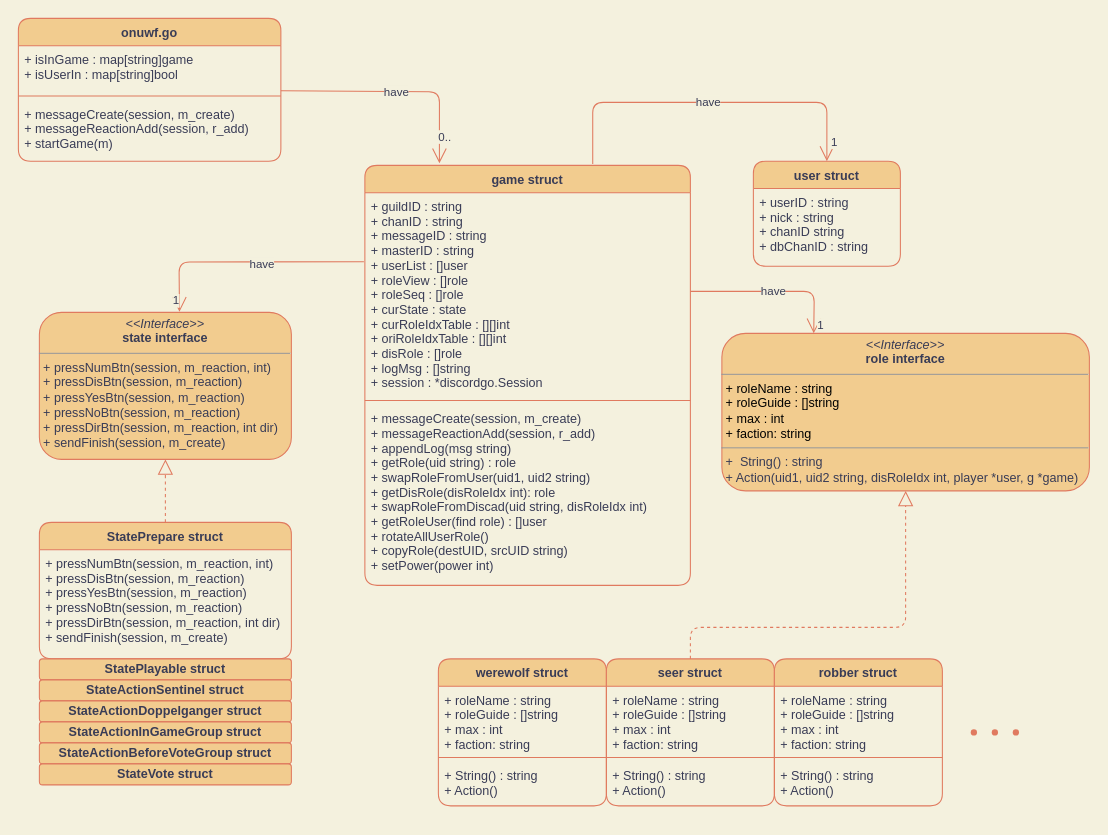
Earlier version of the draw.io diagram struct_diagram.drawio (splkm97/ONUWF). Source tidied: cells renumbered, new cells numbered last; positions are measured from the earlier drawing's top-left corner, leaving out a move shared by most shapes. Both pictures are drawn from the tidied source at 105%, with x=0, y=0 at pixel (18, 18).
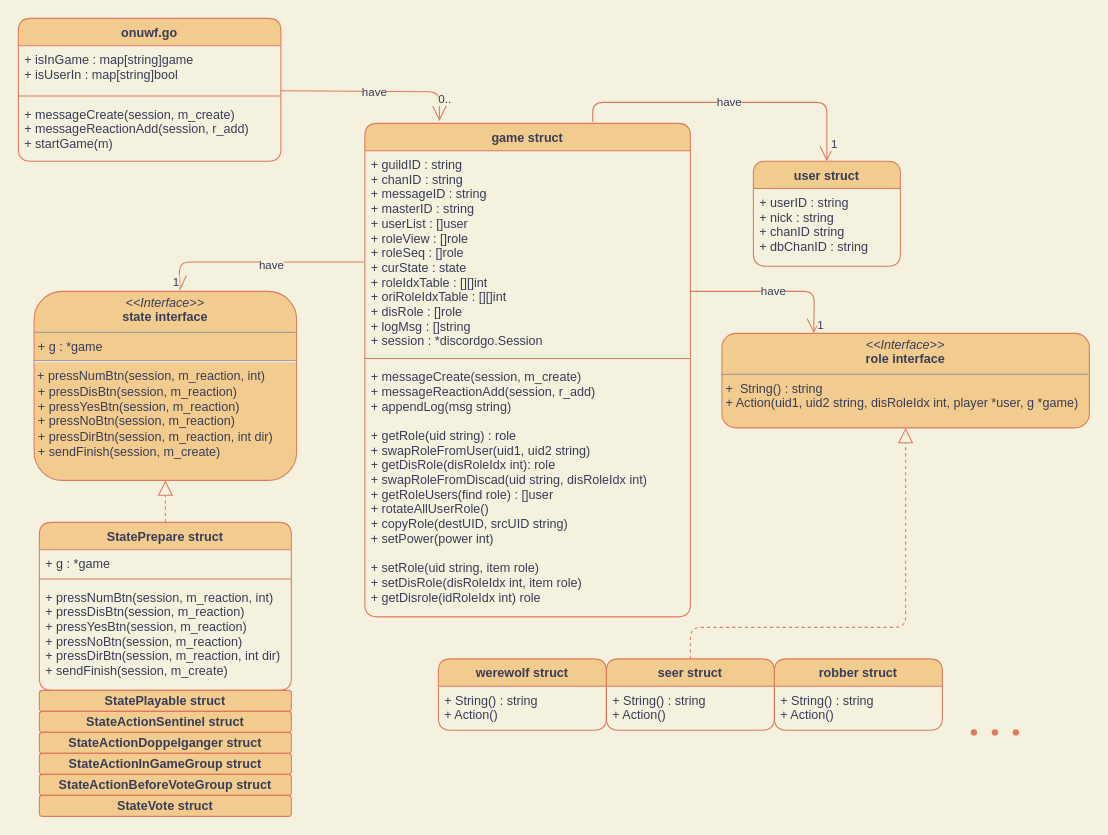
Above is the later version.

Commit message (it also covers changes not shown here):
update struct_diagram.drawio and remove addRole() in game.go move to state func

Change to the diagram source:
```diff
@@
     <mxCell id="6" value="game struct" style="swimlane;fontStyle=1;align=center;verticalAlign=top;horizontal=1;startSize=26;fontColor=#393C56;strokeColor=#E07A5F;fillColor=#F2CC8F;rounded=1;" parent="1" vertex="1">
-      <mxGeometry x="330" y="140" width="310" height="400" as="geometry" />
+      <mxGeometry x="330" y="100" width="310" height="470" as="geometry" />
     </mxCell>
-    <mxCell id="7" value="+ guildID : string&#10;+ chanID : string&#10;+ messageID : string&#10;+ masterID : string&#10;+ userList : []user&#10;+ roleView : []role&#10;+ roleSeq : []role&#10;+ curState : state&#10;+ curRoleIdxTable : [][]int&#10;+ oriRoleIdxTable : [][]int&#10;+ disRole : []role&#10;+ logMsg : []string&#10;+ session : *discordgo.Session" style="text;strokeColor=none;fillColor=none;align=left;verticalAlign=top;spacingLeft=4;spacingRight=4;overflow=hidden;points=[[0,0.5],[1,0.5]];portConstraint=eastwest;fontColor=#393C56;rounded=1;" parent="6" vertex="1">
+    <mxCell id="7" value="+ guildID : string&#10;+ chanID : string&#10;+ messageID : string&#10;+ masterID : string&#10;+ userList : []user&#10;+ roleView : []role&#10;+ roleSeq : []role&#10;+ curState : state&#10;+ roleIdxTable : [][]int&#10;+ oriRoleIdxTable : [][]int&#10;+ disRole : []role&#10;+ logMsg : []string&#10;+ session : *discordgo.Session" style="text;strokeColor=none;fillColor=none;align=left;verticalAlign=top;spacingLeft=4;spacingRight=4;overflow=hidden;points=[[0,0.5],[1,0.5]];portConstraint=eastwest;fontColor=#393C56;rounded=1;" parent="6" vertex="1">
       <mxGeometry y="26" width="310" height="194" as="geometry" />
     </mxCell>
@@
-    <mxCell id="9" value="+ messageCreate(session, m_create)&#10;+ messageReactionAdd(session, r_add)&#10;+ appendLog(msg string)&#10;+ getRole(uid string) : role&#10;+ swapRoleFromUser(uid1, uid2 string)&#10;+ getDisRole(disRoleIdx int): role&#10;+ swapRoleFromDiscad(uid string, disRoleIdx int)&#10;+ getRoleUser(find role) : []user&#10;+ rotateAllUserRole()&#10;+ copyRole(destUID, srcUID string)&#10;+ setPower(power int)" style="text;strokeColor=none;fillColor=none;align=left;verticalAlign=top;spacingLeft=4;spacingRight=4;overflow=hidden;fontColor=#393C56;rounded=1;" parent="6" vertex="1">
-      <mxGeometry y="228" width="310" height="172" as="geometry" />
+    <mxCell id="9" value="+ messageCreate(session, m_create)&#10;+ messageReactionAdd(session, r_add)&#10;+ appendLog(msg string)&#10;&#10;+ getRole(uid string) : role&#10;+ swapRoleFromUser(uid1, uid2 string)&#10;+ getDisRole(disRoleIdx int): role&#10;+ swapRoleFromDiscad(uid string, disRoleIdx int)&#10;+ getRoleUsers(find role) : []user&#10;+ rotateAllUserRole()&#10;+ copyRole(destUID, srcUID string)&#10;+ setPower(power int)&#10;&#10;+ setRole(uid string, item role)&#10;+ setDisRole(disRoleIdx int, item role)&#10;+ getDisrole(idRoleIdx int) role" style="text;strokeColor=none;fillColor=none;align=left;verticalAlign=top;spacingLeft=4;spacingRight=4;overflow=hidden;fontColor=#393C56;rounded=1;" parent="6" vertex="1">
+      <mxGeometry y="228" width="310" height="242" as="geometry" />
     </mxCell>
     <mxCell id="10" value="werewolf struct" style="swimlane;fontStyle=1;align=center;verticalAlign=top;horizontal=1;startSize=26;fontColor=#393C56;strokeColor=#E07A5F;fillColor=#F2CC8F;rounded=1;" parent="1" vertex="1">
-      <mxGeometry x="400" y="610" width="160" height="140" as="geometry" />
+      <mxGeometry x="400" y="610" width="160" height="68" as="geometry" />
     </mxCell>
-    <mxCell id="11" value="+ roleName : string&#10;+ roleGuide : []string&#10;+ max : int&#10;+ faction: string" style="text;strokeColor=none;fillColor=none;align=left;verticalAlign=top;spacingLeft=4;spacingRight=4;overflow=hidden;fontColor=#393C56;rounded=1;" parent="10" vertex="1">
-      <mxGeometry y="26" width="160" height="64" as="geometry" />
-    </mxCell>
-    <mxCell id="12" style="line;strokeWidth=1;fillColor=none;align=left;verticalAlign=middle;spacingTop=-1;spacingLeft=3;spacingRight=3;labelPosition=right;strokeColor=#E07A5F;fontColor=#393C56;labelBackgroundColor=#F4F1DE;rounded=1;" parent="10" vertex="1">
-      <mxGeometry y="90" width="160" height="8" as="geometry" />
-    </mxCell>
     <mxCell id="13" value="+ String() : string&#10;+ Action()" style="text;strokeColor=none;fillColor=none;align=left;verticalAlign=top;spacingLeft=4;spacingRight=4;overflow=hidden;fontColor=#393C56;rounded=1;" parent="10" vertex="1">
-      <mxGeometry y="98" width="160" height="42" as="geometry" />
+      <mxGeometry y="26" width="160" height="42" as="geometry" />
     </mxCell>
-    <mxCell id="14" value="&lt;p style=&quot;margin: 0px ; margin-top: 4px ; text-align: center&quot;&gt;&lt;i&gt;&amp;lt;&amp;lt;Interface&amp;gt;&amp;gt;&lt;/i&gt;&lt;br&gt;&lt;b&gt;role interface&lt;/b&gt;&lt;/p&gt;&lt;hr size=&quot;1&quot;&gt;&lt;p style=&quot;margin: 0px ; margin-left: 4px&quot;&gt;&lt;span style=&quot;color: rgb(0 , 0 , 0)&quot;&gt;+ roleName : string&lt;/span&gt;&lt;br style=&quot;padding: 0px ; margin: 0px ; color: rgb(0 , 0 , 0)&quot;&gt;&lt;span style=&quot;color: rgb(0 , 0 , 0)&quot;&gt;+ roleGuide : []string&lt;/span&gt;&lt;br style=&quot;padding: 0px ; margin: 0px ; color: rgb(0 , 0 , 0)&quot;&gt;&lt;span style=&quot;color: rgb(0 , 0 , 0)&quot;&gt;+ max : int&lt;/span&gt;&lt;br style=&quot;padding: 0px ; margin: 0px ; color: rgb(0 , 0 , 0)&quot;&gt;&lt;span style=&quot;color: rgb(0 , 0 , 0)&quot;&gt;+ faction: string&lt;/span&gt;&lt;br&gt;&lt;/p&gt;&lt;hr size=&quot;1&quot;&gt;&lt;p style=&quot;margin: 0px ; margin-left: 4px&quot;&gt;+ &amp;nbsp;String() : string&lt;/p&gt;&lt;p style=&quot;margin: 0px 0px 0px 4px&quot;&gt;+ Action(uid1, uid2 string, disRoleIdx int, player *user, g *game)&lt;/p&gt;" style="verticalAlign=top;align=left;overflow=fill;fontSize=12;fontFamily=Helvetica;html=1;fontColor=#393C56;strokeColor=#E07A5F;fillColor=#F2CC8F;rounded=1;" parent="1" vertex="1">
-      <mxGeometry x="670" y="300" width="350" height="150" as="geometry" />
+    <mxCell id="14" value="&lt;p style=&quot;margin: 0px ; margin-top: 4px ; text-align: center&quot;&gt;&lt;i&gt;&amp;lt;&amp;lt;Interface&amp;gt;&amp;gt;&lt;/i&gt;&lt;br&gt;&lt;b&gt;role interface&lt;/b&gt;&lt;/p&gt;&lt;hr size=&quot;1&quot;&gt;&lt;p style=&quot;margin: 0px ; margin-left: 4px&quot;&gt;+ &amp;nbsp;String() : string&lt;/p&gt;&lt;p style=&quot;margin: 0px 0px 0px 4px&quot;&gt;+ Action(uid1, uid2 string, disRoleIdx int, player *user, g *game)&lt;/p&gt;" style="verticalAlign=top;align=left;overflow=fill;fontSize=12;fontFamily=Helvetica;html=1;fontColor=#393C56;strokeColor=#E07A5F;fillColor=#F2CC8F;rounded=1;" parent="1" vertex="1">
+      <mxGeometry x="670" y="300" width="350" height="90" as="geometry" />
     </mxCell>
@@
     <mxCell id="18" value="seer struct" style="swimlane;fontStyle=1;align=center;verticalAlign=top;horizontal=1;startSize=26;fontColor=#393C56;strokeColor=#E07A5F;fillColor=#F2CC8F;rounded=1;" parent="1" vertex="1">
-      <mxGeometry x="560" y="610" width="160" height="140" as="geometry" />
+      <mxGeometry x="560" y="610" width="160" height="68" as="geometry" />
     </mxCell>
-    <mxCell id="19" value="+ roleName : string&#10;+ roleGuide : []string&#10;+ max : int&#10;+ faction: string" style="text;strokeColor=none;fillColor=none;align=left;verticalAlign=top;spacingLeft=4;spacingRight=4;overflow=hidden;fontColor=#393C56;rounded=1;" parent="18" vertex="1">
-      <mxGeometry y="26" width="160" height="64" as="geometry" />
-    </mxCell>
-    <mxCell id="20" style="line;strokeWidth=1;fillColor=none;align=left;verticalAlign=middle;spacingTop=-1;spacingLeft=3;spacingRight=3;labelPosition=right;strokeColor=#E07A5F;fontColor=#393C56;labelBackgroundColor=#F4F1DE;rounded=1;" parent="18" vertex="1">
-      <mxGeometry y="90" width="160" height="8" as="geometry" />
-    </mxCell>
     <mxCell id="21" value="+ String() : string&#10;+ Action()" style="text;strokeColor=none;fillColor=none;align=left;verticalAlign=top;spacingLeft=4;spacingRight=4;overflow=hidden;fontColor=#393C56;rounded=1;" parent="18" vertex="1">
-      <mxGeometry y="98" width="160" height="42" as="geometry" />
+      <mxGeometry y="26" width="160" height="42" as="geometry" />
     </mxCell>
     <mxCell id="22" value="robber struct" style="swimlane;fontStyle=1;align=center;verticalAlign=top;horizontal=1;startSize=26;fontColor=#393C56;strokeColor=#E07A5F;fillColor=#F2CC8F;rounded=1;" parent="1" vertex="1">
-      <mxGeometry x="720" y="610" width="160" height="140" as="geometry" />
+      <mxGeometry x="720" y="610" width="160" height="68" as="geometry" />
     </mxCell>
-    <mxCell id="23" value="+ roleName : string&#10;+ roleGuide : []string&#10;+ max : int&#10;+ faction: string" style="text;strokeColor=none;fillColor=none;align=left;verticalAlign=top;spacingLeft=4;spacingRight=4;overflow=hidden;fontColor=#393C56;rounded=1;" parent="22" vertex="1">
-      <mxGeometry y="26" width="160" height="64" as="geometry" />
-    </mxCell>
-    <mxCell id="24" style="line;strokeWidth=1;fillColor=none;align=left;verticalAlign=middle;spacingTop=-1;spacingLeft=3;spacingRight=3;labelPosition=right;strokeColor=#E07A5F;fontColor=#393C56;labelBackgroundColor=#F4F1DE;rounded=1;" parent="22" vertex="1">
-      <mxGeometry y="90" width="160" height="8" as="geometry" />
-    </mxCell>
     <mxCell id="25" value="+ String() : string&#10;+ Action()" style="text;strokeColor=none;fillColor=none;align=left;verticalAlign=top;spacingLeft=4;spacingRight=4;overflow=hidden;fontColor=#393C56;rounded=1;" parent="22" vertex="1">
-      <mxGeometry y="98" width="160" height="42" as="geometry" />
+      <mxGeometry y="26" width="160" height="42" as="geometry" />
     </mxCell>
-    <mxCell id="26" value="&lt;p style=&quot;margin: 0px ; margin-top: 4px ; text-align: center&quot;&gt;&lt;i&gt;&amp;lt;&amp;lt;Interface&amp;gt;&amp;gt;&lt;/i&gt;&lt;br&gt;&lt;b&gt;state interface&lt;/b&gt;&lt;/p&gt;&lt;hr size=&quot;1&quot;&gt;&lt;p style=&quot;margin: 0px ; margin-left: 4px&quot;&gt;+ pressNumBtn(session, m_reaction, int)&lt;/p&gt;&lt;p style=&quot;margin: 0px ; margin-left: 4px&quot;&gt;+ pressDisBtn(session, m_reaction)&lt;/p&gt;&lt;p style=&quot;margin: 0px ; margin-left: 4px&quot;&gt;+ pressYesBtn(session, m_reaction)&lt;/p&gt;&lt;p style=&quot;margin: 0px ; margin-left: 4px&quot;&gt;+ pressNoBtn(session, m_reaction)&lt;/p&gt;&lt;p style=&quot;margin: 0px ; margin-left: 4px&quot;&gt;+ pressDirBtn(session, m_reaction, int dir)&lt;/p&gt;&lt;p style=&quot;margin: 0px ; margin-left: 4px&quot;&gt;+ sendFinish(session, m_create)&lt;/p&gt;" style="verticalAlign=top;align=left;overflow=fill;fontSize=12;fontFamily=Helvetica;html=1;fontColor=#393C56;strokeColor=#E07A5F;fillColor=#F2CC8F;rounded=1;" parent="1" vertex="1">
-      <mxGeometry x="20" y="280" width="240" height="140" as="geometry" />
+    <mxCell id="26" value="&lt;p style=&quot;margin: 0px ; margin-top: 4px ; text-align: center&quot;&gt;&lt;i&gt;&amp;lt;&amp;lt;Interface&amp;gt;&amp;gt;&lt;/i&gt;&lt;br&gt;&lt;b&gt;state interface&lt;/b&gt;&lt;/p&gt;&lt;hr size=&quot;1&quot;&gt;&lt;p style=&quot;margin: 0px ; margin-left: 4px&quot;&gt;+ g : *game&lt;/p&gt;&lt;hr&gt;&lt;span&gt;&amp;nbsp;+ pressNumBtn(session, m_reaction, int)&lt;/span&gt;&lt;p style=&quot;margin: 0px 0px 0px 4px&quot;&gt;+ pressDisBtn(session, m_reaction)&lt;/p&gt;&lt;p style=&quot;margin: 0px 0px 0px 4px&quot;&gt;+ pressYesBtn(session, m_reaction)&lt;/p&gt;&lt;p style=&quot;margin: 0px 0px 0px 4px&quot;&gt;+ pressNoBtn(session, m_reaction)&lt;/p&gt;&lt;p style=&quot;margin: 0px 0px 0px 4px&quot;&gt;+ pressDirBtn(session, m_reaction, int dir)&lt;/p&gt;&lt;p style=&quot;margin: 0px 0px 0px 4px&quot;&gt;+ sendFinish(session, m_create)&lt;/p&gt;" style="verticalAlign=top;align=left;overflow=fill;fontSize=12;fontFamily=Helvetica;html=1;fontColor=#393C56;strokeColor=#E07A5F;fillColor=#F2CC8F;rounded=1;" parent="1" vertex="1">
+      <mxGeometry x="15" y="260" width="250" height="180" as="geometry" />
     </mxCell>
@@
-    <mxCell id="29" value="StatePrepare struct" style="swimlane;fontStyle=1;align=center;verticalAlign=top;horizontal=1;startSize=26;fontColor=#393C56;strokeColor=#E07A5F;fillColor=#F2CC8F;rounded=1;" parent="1" vertex="1">
-      <mxGeometry x="20" y="480" width="240" height="130" as="geometry" />
-    </mxCell>
-    <mxCell id="30" value="+ pressNumBtn(session, m_reaction, int)&#10;+ pressDisBtn(session, m_reaction)&#10;+ pressYesBtn(session, m_reaction)&#10;+ pressNoBtn(session, m_reaction)&#10;+ pressDirBtn(session, m_reaction, int dir)&#10;+ sendFinish(session, m_create)" style="text;strokeColor=none;fillColor=none;align=left;verticalAlign=top;spacingLeft=4;spacingRight=4;overflow=hidden;fontColor=#393C56;rounded=1;" parent="29" vertex="1">
-      <mxGeometry y="26" width="240" height="104" as="geometry" />
-    </mxCell>
     <mxCell id="31" value="&lt;b&gt;StatePlayable struct&lt;/b&gt;" style="whiteSpace=wrap;html=1;fontColor=#393C56;strokeColor=#E07A5F;fillColor=#F2CC8F;rounded=1;" parent="1" vertex="1">
-      <mxGeometry x="20" y="610" width="240" height="20" as="geometry" />
+      <mxGeometry x="20" y="640" width="240" height="20" as="geometry" />
     </mxCell>
     <mxCell id="32" value="&lt;b&gt;StateActionSentinel struct&lt;/b&gt;" style="whiteSpace=wrap;html=1;fontColor=#393C56;strokeColor=#E07A5F;fillColor=#F2CC8F;rounded=1;" parent="1" vertex="1">
-      <mxGeometry x="20" y="630" width="240" height="20" as="geometry" />
+      <mxGeometry x="20" y="660" width="240" height="20" as="geometry" />
     </mxCell>
     <mxCell id="33" value="&lt;b&gt;StateActionDoppelganger struct&lt;/b&gt;" style="whiteSpace=wrap;html=1;fontColor=#393C56;strokeColor=#E07A5F;fillColor=#F2CC8F;rounded=1;" parent="1" vertex="1">
-      <mxGeometry x="20" y="650" width="240" height="20" as="geometry" />
+      <mxGeometry x="20" y="680" width="240" height="20" as="geometry" />
     </mxCell>
     <mxCell id="34" value="&lt;b&gt;StateActionInGameGroup struct&lt;/b&gt;" style="whiteSpace=wrap;html=1;fontColor=#393C56;strokeColor=#E07A5F;fillColor=#F2CC8F;rounded=1;" parent="1" vertex="1">
-      <mxGeometry x="20" y="670" width="240" height="20" as="geometry" />
+      <mxGeometry x="20" y="700" width="240" height="20" as="geometry" />
     </mxCell>
     <mxCell id="35" value="&lt;b&gt;StateActionBeforeVoteGroup struct&lt;/b&gt;" style="whiteSpace=wrap;html=1;fontColor=#393C56;strokeColor=#E07A5F;fillColor=#F2CC8F;rounded=1;" parent="1" vertex="1">
-      <mxGeometry x="20" y="690" width="240" height="20" as="geometry" />
+      <mxGeometry x="20" y="720" width="240" height="20" as="geometry" />
     </mxCell>
     <mxCell id="36" value="&lt;b&gt;StateVote&amp;nbsp;struct&lt;/b&gt;" style="whiteSpace=wrap;html=1;fontColor=#393C56;strokeColor=#E07A5F;fillColor=#F2CC8F;rounded=1;" parent="1" vertex="1">
-      <mxGeometry x="20" y="710" width="240" height="20" as="geometry" />
+      <mxGeometry x="20" y="740" width="240" height="20" as="geometry" />
     </mxCell>
-    <mxCell id="37" style="endArrow=block;dashed=1;endFill=0;endSize=12;html=1;fontColor=#393C56;strokeColor=#E07A5F;fillColor=#F2CC8F;exitX=0.5;exitY=0;exitDx=0;exitDy=0;entryX=0.5;entryY=1;entryDx=0;entryDy=0;labelBackgroundColor=#F4F1DE;" parent="1" edge="1" source="29" target="26">
-      <mxGeometry relative="1" as="geometry" />
+    <mxCell id="37" style="endArrow=block;dashed=1;endFill=0;endSize=12;html=1;fontColor=#393C56;strokeColor=#E07A5F;fillColor=#F2CC8F;exitX=0.5;exitY=0;exitDx=0;exitDy=0;entryX=0.5;entryY=1;entryDx=0;entryDy=0;labelBackgroundColor=#F4F1DE;" parent="1" edge="1" target="26">
+      <mxGeometry relative="1" as="geometry">
+        <mxPoint x="140" y="480" as="sourcePoint" />
+      </mxGeometry>
     </mxCell>
@@
-    <mxCell id="42" style="endArrow=open;endFill=1;endSize=12;html=1;fontColor=#393C56;strokeColor=#E07A5F;fillColor=#F2CC8F;exitX=-0.003;exitY=0.339;exitDx=0;exitDy=0;exitPerimeter=0;entryX=0.556;entryY=-0.004;entryDx=0;entryDy=0;entryPerimeter=0;labelBackgroundColor=#F4F1DE;" parent="1" edge="1" source="7" target="26">
+    <mxCell id="42" style="endArrow=open;endFill=1;endSize=12;html=1;fontColor=#393C56;strokeColor=#E07A5F;fillColor=#F2CC8F;entryX=0.556;entryY=-0.004;entryDx=0;entryDy=0;entryPerimeter=0;labelBackgroundColor=#F4F1DE;" parent="1" edge="1" target="26">
       <mxGeometry relative="1" as="geometry">
+        <mxPoint x="329" y="232" as="sourcePoint" />
         <Array as="points">
           <mxPoint x="153" y="232" />
         </Array>
       </mxGeometry>
     </mxCell>
@@
+    <mxCell id="29" value="StatePrepare struct" style="swimlane;fontStyle=1;align=center;verticalAlign=top;horizontal=1;startSize=26;fontColor=#393C56;strokeColor=#E07A5F;fillColor=#F2CC8F;rounded=1;" parent="1" vertex="1">
+      <mxGeometry x="20" y="480" width="240" height="160" as="geometry" />
+    </mxCell>
+    <mxCell id="48" value="+ g : *game" style="text;strokeColor=none;fillColor=none;align=left;verticalAlign=top;spacingLeft=4;spacingRight=4;overflow=hidden;fontColor=#393C56;rounded=1;" parent="29" vertex="1">
+      <mxGeometry y="26" width="240" height="24" as="geometry" />
+    </mxCell>
+    <mxCell id="49" style="line;strokeWidth=1;fillColor=none;align=left;verticalAlign=middle;spacingTop=-1;spacingLeft=3;spacingRight=3;labelPosition=right;strokeColor=#E07A5F;fontColor=#393C56;labelBackgroundColor=#F4F1DE;rounded=1;" parent="29" vertex="1">
+      <mxGeometry y="50" width="240" height="8" as="geometry" />
+    </mxCell>
+    <mxCell id="30" value="+ pressNumBtn(session, m_reaction, int)&#10;+ pressDisBtn(session, m_reaction)&#10;+ pressYesBtn(session, m_reaction)&#10;+ pressNoBtn(session, m_reaction)&#10;+ pressDirBtn(session, m_reaction, int dir)&#10;+ sendFinish(session, m_create)" style="text;strokeColor=none;fillColor=none;align=left;verticalAlign=top;spacingLeft=4;spacingRight=4;overflow=hidden;fontColor=#393C56;rounded=1;" parent="29" vertex="1">
+      <mxGeometry y="58" width="240" height="102" as="geometry" />
+    </mxCell>
```
